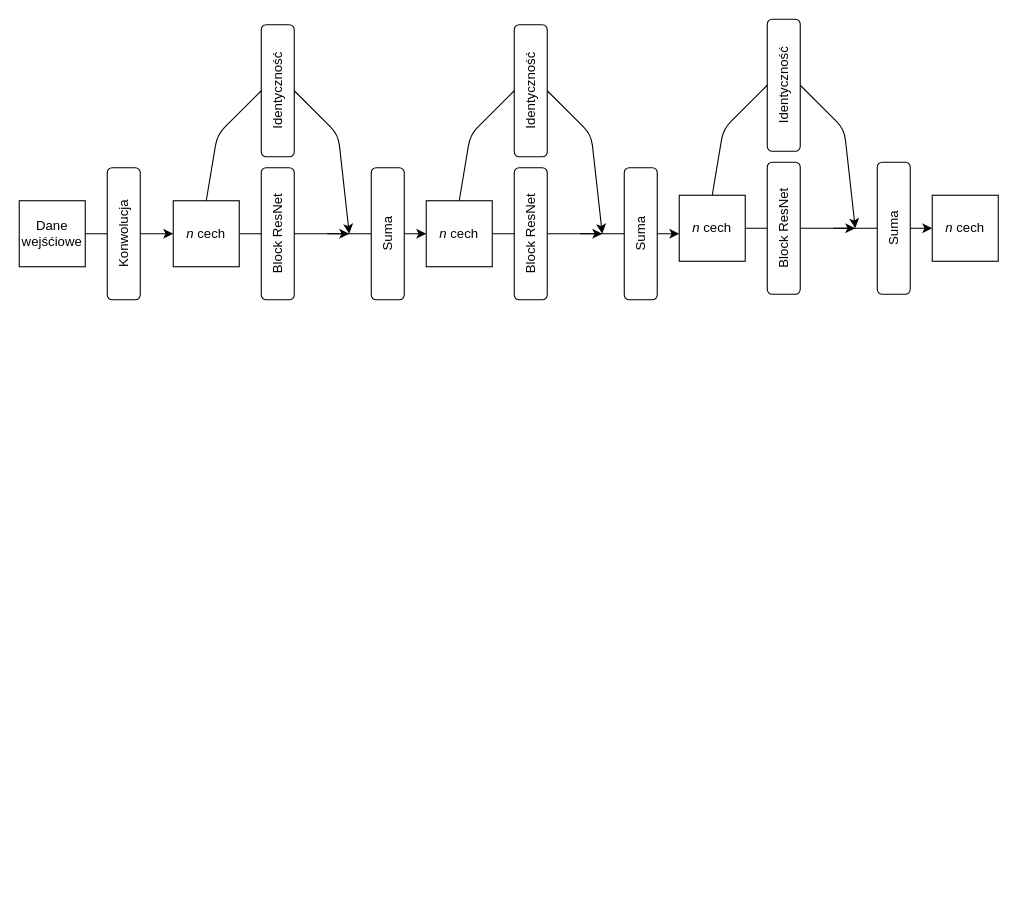
This is Img/resnet.drawio from plubon/Basecaller, a draw.io file, before an edit. Source tidied: cells renumbered, new cells numbered last; positions are measured from the earlier drawing's top-left corner, leaving out a move shared by most shapes. Both pictures are drawn from the tidied source at 110%, with x=0, y=0 at pixel (19, 19).
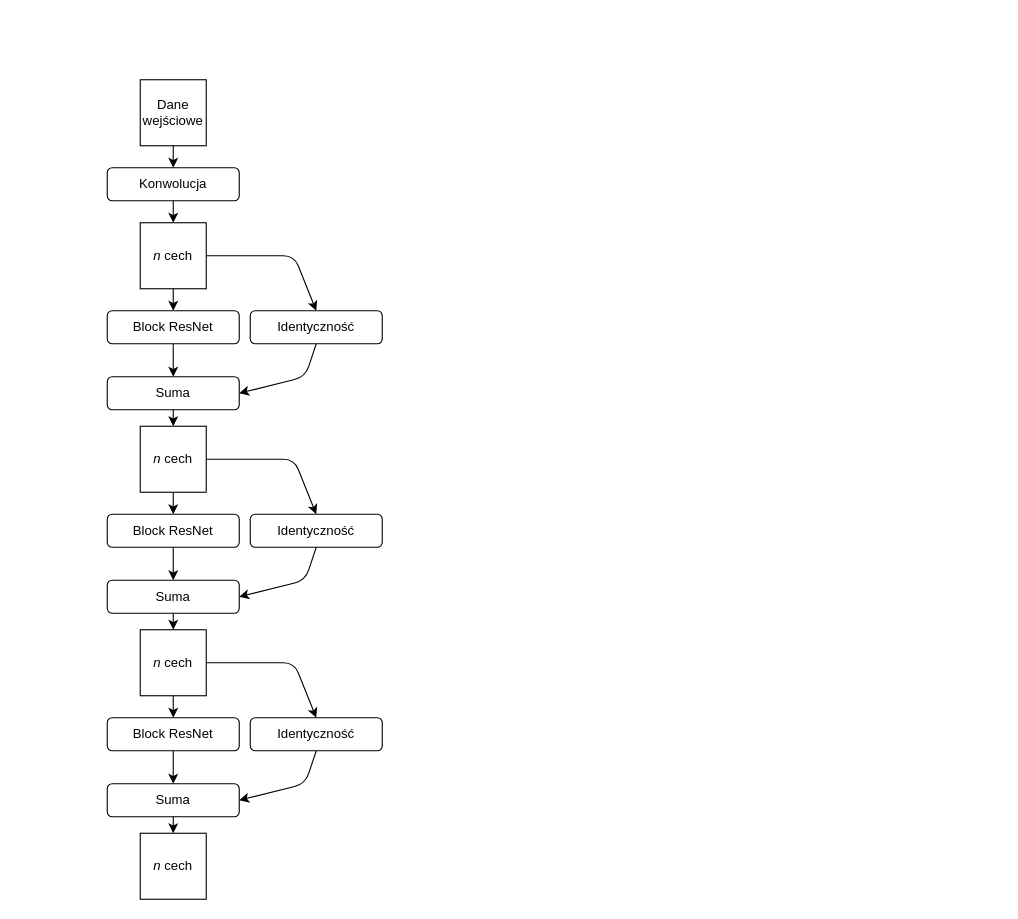
After the change.

What changed in the source:
```diff
@@
-    <mxCell id="2" value="&lt;div&gt;Dane &lt;br&gt;&lt;/div&gt;&lt;div&gt;wejśćiowe&lt;br&gt;&lt;/div&gt;" style="whiteSpace=wrap;html=1;" parent="1" vertex="1">
-      <mxGeometry y="165" width="60" height="60" as="geometry" />
-    </mxCell>
-    <mxCell id="3" style="endArrow=classic;html=1;exitX=1;exitY=0.5;exitDx=0;exitDy=0;" parent="1" edge="1" source="2">
-      <mxGeometry relative="1" as="geometry">
-        <mxPoint x="140" y="195" as="targetPoint" />
-      </mxGeometry>
-    </mxCell>
-    <mxCell id="4" value="&lt;div&gt;&lt;i&gt;n&lt;/i&gt; cech&lt;/div&gt;" style="whiteSpace=wrap;html=1;" parent="1" vertex="1">
-      <mxGeometry x="140" y="165" width="60" height="60" as="geometry" />
-    </mxCell>
-    <mxCell id="5" style="endArrow=classic;html=1;exitX=1;exitY=0.5;exitDx=0;exitDy=0;" parent="1" edge="1">
-      <mxGeometry relative="1" as="geometry">
-        <mxPoint x="200" y="195" as="sourcePoint" />
-        <mxPoint x="300" y="195" as="targetPoint" />
-      </mxGeometry>
-    </mxCell>
-    <mxCell id="6" value="&lt;div&gt;Block ResNet&lt;/div&gt;" style="rounded=1;whiteSpace=wrap;html=1;direction=south;horizontal=0;" parent="1" vertex="1">
-      <mxGeometry x="220" y="135" width="30" height="120" as="geometry" />
-    </mxCell>
+    <mxCell id="30" value="&lt;div&gt;Dane &lt;br&gt;&lt;/div&gt;&lt;div&gt;wejściowe&lt;br&gt;&lt;/div&gt;" style="whiteSpace=wrap;html=1;" parent="1" vertex="1">
+      <mxGeometry x="110" y="55" width="60" height="60" as="geometry" />
+    </mxCell>
-    <mxCell id="7" value="Konwolucja" style="rounded=1;whiteSpace=wrap;html=1;direction=south;horizontal=0;" parent="1" vertex="1">
-      <mxGeometry x="80" y="135" width="30" height="120" as="geometry" />
+    <mxCell id="7" value="Konwolucja" style="rounded=1;whiteSpace=wrap;html=1;direction=west;horizontal=1;" parent="1" vertex="1">
+      <mxGeometry x="80" y="135" width="120" height="30" as="geometry" />
     </mxCell>
-    <mxCell id="8" value="Identyczność" style="rounded=1;whiteSpace=wrap;html=1;direction=south;horizontal=0;" parent="1" vertex="1">
-      <mxGeometry x="220" y="5" width="30" height="120" as="geometry" />
-    </mxCell>
-    <mxCell id="9" style="endArrow=none;html=1;exitX=0.5;exitY=0;exitDx=0;exitDy=0;entryX=0.5;entryY=1;entryDx=0;entryDy=0;" parent="1" edge="1" source="4" target="8">
-      <mxGeometry relative="1" as="geometry">
-        <Array as="points">
-          <mxPoint x="180" y="105" />
-        </Array>
-      </mxGeometry>
-    </mxCell>
-    <mxCell id="10" style="endArrow=classic;html=1;exitX=0.5;exitY=0;exitDx=0;exitDy=0;" parent="1" edge="1" source="8">
-      <mxGeometry relative="1" as="geometry">
-        <mxPoint x="300" y="195" as="targetPoint" />
-        <Array as="points">
-          <mxPoint x="290" y="105" />
-        </Array>
-      </mxGeometry>
-    </mxCell>
-    <mxCell id="11" style="endArrow=classic;html=1;" parent="1" edge="1">
-      <mxGeometry relative="1" as="geometry">
-        <mxPoint x="280" y="195" as="sourcePoint" />
-        <mxPoint x="370" y="195" as="targetPoint" />
-      </mxGeometry>
-    </mxCell>
-    <mxCell id="12" value="Suma" style="rounded=1;whiteSpace=wrap;html=1;direction=south;horizontal=0;" parent="1" vertex="1">
-      <mxGeometry x="320" y="135" width="30" height="120" as="geometry" />
-    </mxCell>
-    <mxCell id="13" value="&lt;div&gt;&lt;i&gt;n&lt;/i&gt; cech&lt;/div&gt;" style="whiteSpace=wrap;html=1;" parent="1" vertex="1">
-      <mxGeometry x="370" y="165" width="60" height="60" as="geometry" />
-    </mxCell>
-    <mxCell id="14" style="endArrow=classic;html=1;exitX=1;exitY=0.5;exitDx=0;exitDy=0;" parent="1" edge="1">
-      <mxGeometry relative="1" as="geometry">
-        <mxPoint x="430" y="195" as="sourcePoint" />
-        <mxPoint x="530" y="195" as="targetPoint" />
-      </mxGeometry>
-    </mxCell>
-    <mxCell id="15" value="&lt;div&gt;Block ResNet&lt;/div&gt;" style="rounded=1;whiteSpace=wrap;html=1;direction=south;horizontal=0;" parent="1" vertex="1">
-      <mxGeometry x="450" y="135" width="30" height="120" as="geometry" />
-    </mxCell>
-    <mxCell id="16" value="Identyczność" style="rounded=1;whiteSpace=wrap;html=1;direction=south;horizontal=0;" parent="1" vertex="1">
-      <mxGeometry x="450" y="5" width="30" height="120" as="geometry" />
-    </mxCell>
-    <mxCell id="17" style="endArrow=none;html=1;exitX=0.5;exitY=0;exitDx=0;exitDy=0;entryX=0.5;entryY=1;entryDx=0;entryDy=0;" parent="1" edge="1" source="13" target="16">
-      <mxGeometry relative="1" as="geometry">
-        <Array as="points">
-          <mxPoint x="410" y="105" />
-        </Array>
-      </mxGeometry>
-    </mxCell>
-    <mxCell id="18" style="endArrow=classic;html=1;exitX=0.5;exitY=0;exitDx=0;exitDy=0;" parent="1" edge="1" source="16">
-      <mxGeometry relative="1" as="geometry">
-        <mxPoint x="530" y="195" as="targetPoint" />
-        <Array as="points">
-          <mxPoint x="520" y="105" />
-        </Array>
-      </mxGeometry>
-    </mxCell>
-    <mxCell id="19" style="endArrow=classic;html=1;" parent="1" edge="1">
-      <mxGeometry relative="1" as="geometry">
-        <mxPoint x="510" y="195" as="sourcePoint" />
-        <mxPoint x="600" y="195" as="targetPoint" />
-      </mxGeometry>
-    </mxCell>
-    <mxCell id="20" value="Suma" style="rounded=1;whiteSpace=wrap;html=1;direction=south;horizontal=0;" parent="1" vertex="1">
-      <mxGeometry x="550" y="135" width="30" height="120" as="geometry" />
-    </mxCell>
-    <mxCell id="21" value="&lt;div&gt;&lt;i&gt;n&lt;/i&gt; cech&lt;/div&gt;" style="whiteSpace=wrap;html=1;" parent="1" vertex="1">
-      <mxGeometry x="600" y="160" width="60" height="60" as="geometry" />
-    </mxCell>
-    <mxCell id="22" style="endArrow=classic;html=1;exitX=1;exitY=0.5;exitDx=0;exitDy=0;" parent="1" edge="1">
-      <mxGeometry relative="1" as="geometry">
-        <mxPoint x="660" y="190" as="sourcePoint" />
-        <mxPoint x="760" y="190" as="targetPoint" />
-      </mxGeometry>
-    </mxCell>
-    <mxCell id="23" value="&lt;div&gt;Block ResNet&lt;/div&gt;" style="rounded=1;whiteSpace=wrap;html=1;direction=south;horizontal=0;" parent="1" vertex="1">
-      <mxGeometry x="680" y="130" width="30" height="120" as="geometry" />
-    </mxCell>
-    <mxCell id="24" value="Identyczność" style="rounded=1;whiteSpace=wrap;html=1;direction=south;horizontal=0;" parent="1" vertex="1">
-      <mxGeometry x="680" width="30" height="120" as="geometry" />
-    </mxCell>
-    <mxCell id="25" style="endArrow=none;html=1;exitX=0.5;exitY=0;exitDx=0;exitDy=0;entryX=0.5;entryY=1;entryDx=0;entryDy=0;" parent="1" edge="1" source="21" target="24">
-      <mxGeometry relative="1" as="geometry">
-        <Array as="points">
-          <mxPoint x="640" y="100" />
-        </Array>
-      </mxGeometry>
-    </mxCell>
-    <mxCell id="26" style="endArrow=classic;html=1;exitX=0.5;exitY=0;exitDx=0;exitDy=0;" parent="1" edge="1" source="24">
-      <mxGeometry relative="1" as="geometry">
-        <mxPoint x="760" y="190" as="targetPoint" />
-        <Array as="points">
-          <mxPoint x="750" y="100" />
-        </Array>
-      </mxGeometry>
-    </mxCell>
-    <mxCell id="27" style="endArrow=classic;html=1;" parent="1" edge="1">
-      <mxGeometry relative="1" as="geometry">
-        <mxPoint x="740" y="190" as="sourcePoint" />
-        <mxPoint x="830" y="190" as="targetPoint" />
-      </mxGeometry>
-    </mxCell>
-    <mxCell id="28" value="Suma" style="rounded=1;whiteSpace=wrap;html=1;direction=south;horizontal=0;" parent="1" vertex="1">
-      <mxGeometry x="780" y="130" width="30" height="120" as="geometry" />
-    </mxCell>
-    <mxCell id="29" value="&lt;div&gt;&lt;i&gt;n&lt;/i&gt; cech&lt;/div&gt;" style="whiteSpace=wrap;html=1;" parent="1" vertex="1">
-      <mxGeometry x="830" y="160" width="60" height="60" as="geometry" />
-    </mxCell>
+    <mxCell id="31" value="&lt;div&gt;&lt;i&gt;n&lt;/i&gt; cech&lt;/div&gt;" style="whiteSpace=wrap;html=1;" parent="1" vertex="1">
+      <mxGeometry x="110" y="185" width="60" height="60" as="geometry" />
+    </mxCell>
+    <mxCell id="32" value="&lt;div&gt;Block ResNet&lt;/div&gt;" style="rounded=1;whiteSpace=wrap;html=1;direction=west;horizontal=1;" parent="1" vertex="1">
+      <mxGeometry x="80" y="265" width="120" height="30" as="geometry" />
+    </mxCell>
+    <mxCell id="33" value="Identyczność" style="rounded=1;whiteSpace=wrap;html=1;direction=west;horizontal=1;" parent="1" vertex="1">
+      <mxGeometry x="210" y="265" width="120" height="30" as="geometry" />
+    </mxCell>
+    <mxCell id="34" value="Suma" style="rounded=1;whiteSpace=wrap;html=1;direction=west;horizontal=1;" parent="1" vertex="1">
+      <mxGeometry x="80" y="325" width="120" height="30" as="geometry" />
+    </mxCell>
+    <mxCell id="35" style="endArrow=classic;html=1;exitX=0.5;exitY=1;exitDx=0;exitDy=0;" parent="1" edge="1" source="30">
+      <mxGeometry relative="1" as="geometry">
+        <mxPoint x="140" y="135" as="targetPoint" />
+      </mxGeometry>
+    </mxCell>
+    <mxCell id="36" style="endArrow=classic;html=1;exitX=0.5;exitY=0;exitDx=0;exitDy=0;entryX=0.5;entryY=0;entryDx=0;entryDy=0;" parent="1" edge="1" source="7" target="31">
+      <mxGeometry relative="1" as="geometry" />
+    </mxCell>
+    <mxCell id="37" style="endArrow=classic;html=1;exitX=0.5;exitY=1;exitDx=0;exitDy=0;entryX=0.5;entryY=1;entryDx=0;entryDy=0;" parent="1" edge="1" source="31" target="32">
+      <mxGeometry relative="1" as="geometry" />
+    </mxCell>
+    <mxCell id="38" style="endArrow=classic;html=1;exitX=0.5;exitY=0;exitDx=0;exitDy=0;" parent="1" edge="1" source="32">
+      <mxGeometry relative="1" as="geometry">
+        <mxPoint x="140" y="325" as="targetPoint" />
+      </mxGeometry>
+    </mxCell>
+    <mxCell id="39" style="endArrow=classic;html=1;exitX=1;exitY=0.5;exitDx=0;exitDy=0;entryX=0.5;entryY=1;entryDx=0;entryDy=0;" parent="1" edge="1" source="31" target="33">
+      <mxGeometry relative="1" as="geometry">
+        <Array as="points">
+          <mxPoint x="250" y="215" />
+        </Array>
+      </mxGeometry>
+    </mxCell>
+    <mxCell id="40" style="endArrow=classic;html=1;exitX=0.5;exitY=0;exitDx=0;exitDy=0;entryX=0;entryY=0.5;entryDx=0;entryDy=0;" parent="1" edge="1" source="33" target="34">
+      <mxGeometry relative="1" as="geometry">
+        <Array as="points">
+          <mxPoint x="260" y="325" />
+        </Array>
+      </mxGeometry>
+    </mxCell>
+    <mxCell id="41" value="&lt;div&gt;&lt;i&gt;n&lt;/i&gt; cech&lt;/div&gt;" style="whiteSpace=wrap;html=1;" parent="1" vertex="1">
+      <mxGeometry x="110" y="370" width="60" height="60" as="geometry" />
+    </mxCell>
+    <mxCell id="42" value="&lt;div&gt;Block ResNet&lt;/div&gt;" style="rounded=1;whiteSpace=wrap;html=1;direction=west;horizontal=1;" parent="1" vertex="1">
+      <mxGeometry x="80" y="450" width="120" height="30" as="geometry" />
+    </mxCell>
+    <mxCell id="43" value="Identyczność" style="rounded=1;whiteSpace=wrap;html=1;direction=west;horizontal=1;" parent="1" vertex="1">
+      <mxGeometry x="210" y="450" width="120" height="30" as="geometry" />
+    </mxCell>
+    <mxCell id="44" value="Suma" style="rounded=1;whiteSpace=wrap;html=1;direction=west;horizontal=1;" parent="1" vertex="1">
+      <mxGeometry x="80" y="510" width="120" height="30" as="geometry" />
+    </mxCell>
+    <mxCell id="45" style="endArrow=classic;html=1;exitX=0.5;exitY=1;exitDx=0;exitDy=0;entryX=0.5;entryY=1;entryDx=0;entryDy=0;" parent="1" edge="1" source="41" target="42">
+      <mxGeometry relative="1" as="geometry" />
+    </mxCell>
+    <mxCell id="46" style="endArrow=classic;html=1;exitX=0.5;exitY=0;exitDx=0;exitDy=0;" parent="1" edge="1" source="42">
+      <mxGeometry relative="1" as="geometry">
+        <mxPoint x="140" y="510" as="targetPoint" />
+      </mxGeometry>
+    </mxCell>
+    <mxCell id="47" style="endArrow=classic;html=1;exitX=1;exitY=0.5;exitDx=0;exitDy=0;entryX=0.5;entryY=1;entryDx=0;entryDy=0;" parent="1" edge="1" source="41" target="43">
+      <mxGeometry relative="1" as="geometry">
+        <Array as="points">
+          <mxPoint x="250" y="400" />
+        </Array>
+      </mxGeometry>
+    </mxCell>
+    <mxCell id="48" style="endArrow=classic;html=1;exitX=0.5;exitY=0;exitDx=0;exitDy=0;entryX=0;entryY=0.5;entryDx=0;entryDy=0;" parent="1" edge="1" source="43" target="44">
+      <mxGeometry relative="1" as="geometry">
+        <Array as="points">
+          <mxPoint x="260" y="510" />
+        </Array>
+      </mxGeometry>
+    </mxCell>
+    <mxCell id="49" style="endArrow=classic;html=1;exitX=0.5;exitY=0;exitDx=0;exitDy=0;entryX=0.5;entryY=0;entryDx=0;entryDy=0;" parent="1" edge="1" source="34" target="41">
+      <mxGeometry relative="1" as="geometry" />
+    </mxCell>
+    <mxCell id="50" value="&lt;div&gt;&lt;i&gt;n&lt;/i&gt; cech&lt;/div&gt;" style="whiteSpace=wrap;html=1;" parent="1" vertex="1">
+      <mxGeometry x="110" y="555" width="60" height="60" as="geometry" />
+    </mxCell>
+    <mxCell id="51" value="&lt;div&gt;Block ResNet&lt;/div&gt;" style="rounded=1;whiteSpace=wrap;html=1;direction=west;horizontal=1;" parent="1" vertex="1">
+      <mxGeometry x="80" y="635" width="120" height="30" as="geometry" />
+    </mxCell>
+    <mxCell id="52" value="Identyczność" style="rounded=1;whiteSpace=wrap;html=1;direction=west;horizontal=1;" parent="1" vertex="1">
+      <mxGeometry x="210" y="635" width="120" height="30" as="geometry" />
+    </mxCell>
+    <mxCell id="53" value="Suma" style="rounded=1;whiteSpace=wrap;html=1;direction=west;horizontal=1;" parent="1" vertex="1">
+      <mxGeometry x="80" y="695" width="120" height="30" as="geometry" />
+    </mxCell>
+    <mxCell id="54" style="endArrow=classic;html=1;exitX=0.5;exitY=1;exitDx=0;exitDy=0;entryX=0.5;entryY=1;entryDx=0;entryDy=0;" parent="1" edge="1" source="50" target="51">
+      <mxGeometry relative="1" as="geometry" />
+    </mxCell>
+    <mxCell id="55" style="endArrow=classic;html=1;exitX=0.5;exitY=0;exitDx=0;exitDy=0;" parent="1" edge="1" source="51">
+      <mxGeometry relative="1" as="geometry">
+        <mxPoint x="140" y="695" as="targetPoint" />
+      </mxGeometry>
+    </mxCell>
+    <mxCell id="56" style="endArrow=classic;html=1;exitX=1;exitY=0.5;exitDx=0;exitDy=0;entryX=0.5;entryY=1;entryDx=0;entryDy=0;" parent="1" edge="1" source="50" target="52">
+      <mxGeometry relative="1" as="geometry">
+        <Array as="points">
+          <mxPoint x="250" y="585" />
+        </Array>
+      </mxGeometry>
+    </mxCell>
+    <mxCell id="57" style="endArrow=classic;html=1;exitX=0.5;exitY=0;exitDx=0;exitDy=0;entryX=0;entryY=0.5;entryDx=0;entryDy=0;" parent="1" edge="1" source="52" target="53">
+      <mxGeometry relative="1" as="geometry">
+        <Array as="points">
+          <mxPoint x="260" y="695" />
+        </Array>
+      </mxGeometry>
+    </mxCell>
+    <mxCell id="58" style="endArrow=classic;html=1;exitX=0.5;exitY=0;exitDx=0;exitDy=0;entryX=0.5;entryY=0;entryDx=0;entryDy=0;" parent="1" edge="1" target="50">
+      <mxGeometry relative="1" as="geometry">
+        <mxPoint x="140" y="540" as="sourcePoint" />
+      </mxGeometry>
+    </mxCell>
+    <mxCell id="59" value="&lt;div&gt;&lt;i&gt;n&lt;/i&gt; cech&lt;/div&gt;" style="whiteSpace=wrap;html=1;" parent="1" vertex="1">
+      <mxGeometry x="110" y="740" width="60" height="60" as="geometry" />
+    </mxCell>
+    <mxCell id="60" style="endArrow=classic;html=1;exitX=0.5;exitY=0;exitDx=0;exitDy=0;entryX=0.5;entryY=0;entryDx=0;entryDy=0;" parent="1" edge="1" target="59">
+      <mxGeometry relative="1" as="geometry">
+        <mxPoint x="140" y="725" as="sourcePoint" />
+      </mxGeometry>
+    </mxCell>
```
